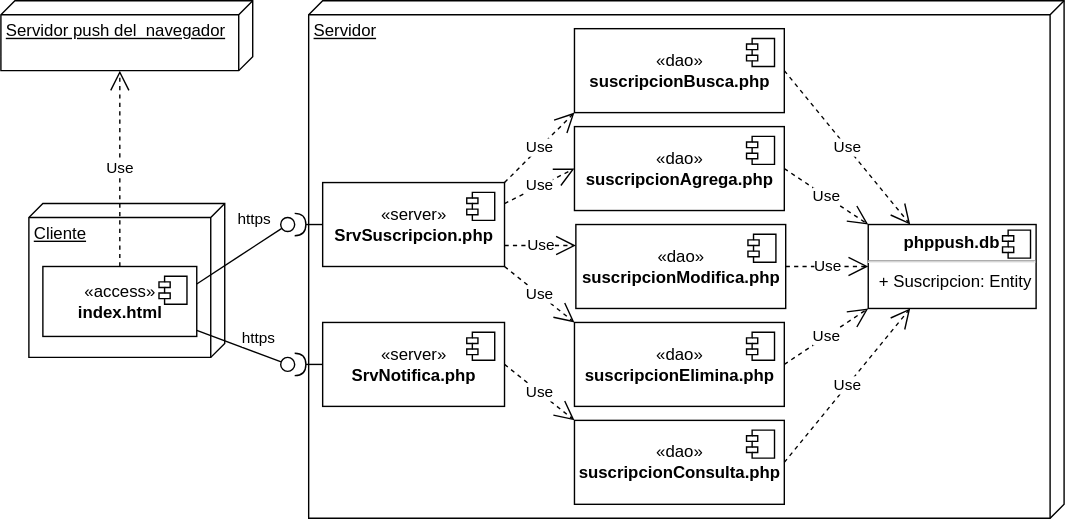
Earlier version of the draw.io export img/m10push/pushdistribucion.drawio.svg (gilpgdm/gilpgdm.github.io). Source tidied: cells renumbered, new cells last; positions are measured from the earlier drawing's top-left corner, leaving out a move shared by most shapes.
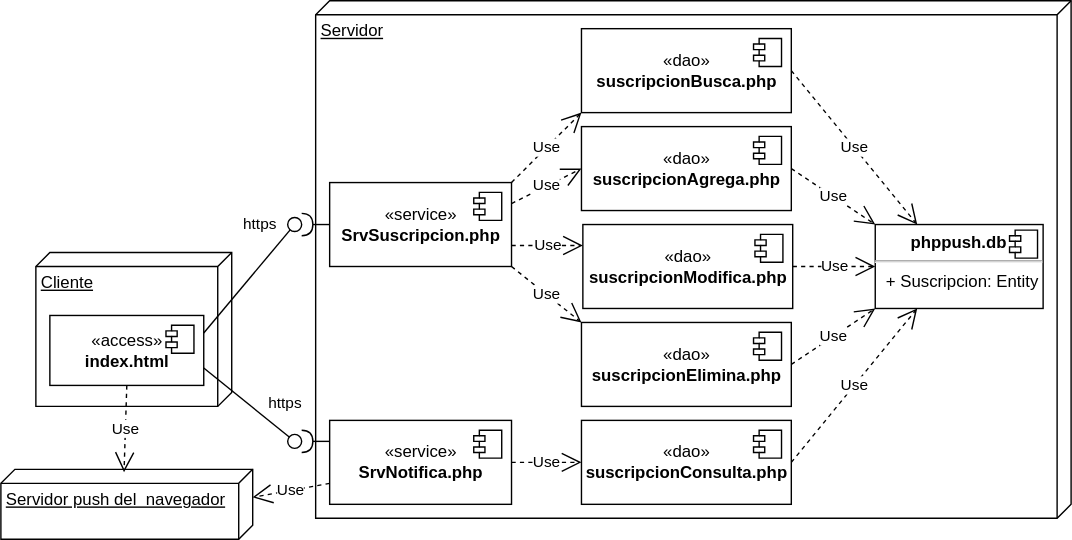
After the change.

The edit, as a diff of the source:
```diff
@@ -3,10 +3,10 @@
     <mxCell id="0" />
     <mxCell id="1" parent="0" />
     <mxCell id="2" value="Cliente" style="verticalAlign=top;align=left;spacingTop=8;spacingLeft=2;spacingRight=12;shape=cube;size=10;direction=south;fontStyle=4;html=1;" parent="1" vertex="1">
-      <mxGeometry x="20" y="145" width="140" height="110" as="geometry" />
+      <mxGeometry x="20" y="180" width="140" height="110" as="geometry" />
     </mxCell>
     <mxCell id="3" value="«access»&lt;br&gt;&lt;b&gt;index.html&lt;/b&gt;" style="html=1;" parent="1" vertex="1">
-      <mxGeometry x="30" y="190" width="110" height="50" as="geometry" />
+      <mxGeometry x="30" y="225" width="110" height="50" as="geometry" />
     </mxCell>
     <mxCell id="4" style="shape=module;jettyWidth=8;jettyHeight=4;" parent="3" vertex="1">
       <mxGeometry x="1" width="20" height="20" relative="1" as="geometry">
@@ -16,7 +16,7 @@
     <mxCell id="5" value="Servidor" style="verticalAlign=top;align=left;spacingTop=8;spacingLeft=2;spacingRight=12;shape=cube;size=10;direction=south;fontStyle=4;html=1;" parent="1" vertex="1">
       <mxGeometry x="220" width="540" height="370" as="geometry" />
     </mxCell>
-    <mxCell id="6" value="«server»&lt;br&gt;&lt;b&gt;SrvSuscripcion.php&lt;/b&gt;" style="html=1;" parent="1" vertex="1">
+    <mxCell id="6" value="«service»&lt;br&gt;&lt;b&gt;SrvSuscripcion.php&lt;/b&gt;" style="html=1;" parent="1" vertex="1">
       <mxGeometry x="230" y="130" width="130" height="60" as="geometry" />
     </mxCell>
     <mxCell id="7" style="shape=module;jettyWidth=8;jettyHeight=4;" parent="6" vertex="1">
@@ -24,8 +24,8 @@
         <mxPoint x="-27" y="7" as="offset" />
       </mxGeometry>
     </mxCell>
-    <mxCell id="8" value="«server»&lt;br&gt;&lt;b&gt;SrvNotifica.php&lt;/b&gt;" style="html=1;" parent="1" vertex="1">
-      <mxGeometry x="230" y="230" width="130" height="60" as="geometry" />
+    <mxCell id="8" value="«service»&lt;br&gt;&lt;b&gt;SrvNotifica.php&lt;/b&gt;" style="html=1;" parent="1" vertex="1">
+      <mxGeometry x="230" y="300" width="130" height="60" as="geometry" />
     </mxCell>
     <mxCell id="9" style="shape=module;jettyWidth=8;jettyHeight=4;" parent="8" vertex="1">
       <mxGeometry x="1" width="20" height="20" relative="1" as="geometry">
@@ -57,7 +57,7 @@
       </mxGeometry>
     </mxCell>
     <mxCell id="16" value="https" style="rounded=0;jettySize=auto;html=1;endArrow=none;endFill=0;sketch=0;sourcePerimeterSpacing=0;targetPerimeterSpacing=0;exitX=1;exitY=0.25;exitDx=0;exitDy=0;" parent="1" edge="1" source="3" target="18">
-      <mxGeometry x="0.65" y="16" relative="1" as="geometry" />
+      <mxGeometry x="0.77" y="19" relative="1" as="geometry" />
     </mxCell>
     <mxCell id="17" style="rounded=0;jettySize=auto;html=1;endArrow=halfCircle;endFill=0;endSize=6;strokeWidth=1;sketch=0;exitX=0;exitY=0.5;exitDx=0;exitDy=0;" parent="1" edge="1" source="6" target="18">
       <mxGeometry relative="1" as="geometry" />
@@ -65,16 +65,16 @@
     <mxCell id="18" style="ellipse;whiteSpace=wrap;html=1;align=center;points=[];outlineConnect=0;sketch=0;" parent="1" vertex="1">
       <mxGeometry x="200" y="155" width="10" height="10" as="geometry" />
     </mxCell>
-    <mxCell id="19" value="https" style="rounded=0;jettySize=auto;html=1;endArrow=none;endFill=0;sketch=0;sourcePerimeterSpacing=0;targetPerimeterSpacing=0;" parent="1" edge="1" source="3" target="21">
-      <mxGeometry x="0.33" y="10" relative="1" as="geometry" />
+    <mxCell id="19" value="https" style="rounded=0;jettySize=auto;html=1;endArrow=none;endFill=0;sketch=0;sourcePerimeterSpacing=0;targetPerimeterSpacing=0;exitX=1;exitY=0.75;exitDx=0;exitDy=0;" parent="1" edge="1" source="3" target="21">
+      <mxGeometry x="0.55" y="17" relative="1" as="geometry" />
     </mxCell>
-    <mxCell id="20" style="rounded=0;jettySize=auto;html=1;endArrow=halfCircle;endFill=0;endSize=6;strokeWidth=1;sketch=0;exitX=0;exitY=0.5;exitDx=0;exitDy=0;" parent="1" edge="1" source="8">
+    <mxCell id="20" style="rounded=0;jettySize=auto;html=1;endArrow=halfCircle;endFill=0;endSize=6;strokeWidth=1;sketch=0;exitX=0;exitY=0.25;exitDx=0;exitDy=0;" parent="1" edge="1" source="8">
       <mxGeometry relative="1" as="geometry">
-        <mxPoint x="210" y="260" as="targetPoint" />
+        <mxPoint x="210" y="315" as="targetPoint" />
       </mxGeometry>
     </mxCell>
     <mxCell id="21" style="ellipse;whiteSpace=wrap;html=1;align=center;points=[];outlineConnect=0;sketch=0;" parent="1" vertex="1">
-      <mxGeometry x="200" y="255" width="10" height="10" as="geometry" />
+      <mxGeometry x="200" y="310" width="10" height="10" as="geometry" />
     </mxCell>
     <mxCell id="22" value="Use" style="endArrow=open;endSize=12;dashed=1;html=1;rounded=0;entryX=0;entryY=0.5;entryDx=0;entryDy=0;exitX=1;exitY=0.25;exitDx=0;exitDy=0;" parent="1" edge="1" source="6" target="31">
       <mxGeometry relative="1" as="geometry" />
@@ -82,7 +82,7 @@
     <mxCell id="23" value="Use" style="endArrow=open;endSize=12;dashed=1;html=1;rounded=0;entryX=0;entryY=0;entryDx=0;entryDy=0;exitX=1;exitY=1;exitDx=0;exitDy=0;" parent="1" edge="1" source="6" target="12">
       <mxGeometry relative="1" as="geometry" />
     </mxCell>
-    <mxCell id="24" value="Use" style="endArrow=open;endSize=12;dashed=1;html=1;rounded=0;entryX=0;entryY=0;entryDx=0;entryDy=0;exitX=1;exitY=0.5;exitDx=0;exitDy=0;" parent="1" edge="1" source="8" target="14">
+    <mxCell id="24" value="Use" style="endArrow=open;endSize=12;dashed=1;html=1;rounded=0;entryX=0;entryY=0.5;entryDx=0;entryDy=0;exitX=1;exitY=0.5;exitDx=0;exitDy=0;" parent="1" edge="1" source="8" target="14">
       <mxGeometry relative="1" as="geometry" />
     </mxCell>
     <mxCell id="25" value="Use" style="endArrow=open;endSize=12;dashed=1;html=1;rounded=0;exitX=1;exitY=0.5;exitDx=0;exitDy=0;entryX=0;entryY=0.5;entryDx=0;entryDy=0;" parent="1" edge="1" source="10" target="28">
@@ -103,7 +103,7 @@
       </mxGeometry>
     </mxCell>
     <mxCell id="30" value="Servidor push del&amp;nbsp; navegador" style="verticalAlign=top;align=left;spacingTop=8;spacingLeft=2;spacingRight=12;shape=cube;size=10;direction=south;fontStyle=4;html=1;" parent="1" vertex="1">
-      <mxGeometry width="180" height="50" as="geometry" />
+      <mxGeometry x="-5" y="335" width="180" height="50" as="geometry" />
     </mxCell>
     <mxCell id="31" value="«dao»&lt;br&gt;&lt;b&gt;suscripcionAgrega.php&lt;/b&gt;" style="html=1;" parent="1" vertex="1">
       <mxGeometry x="410" y="90" width="150" height="60" as="geometry" />
@@ -133,8 +133,11 @@
     <mxCell id="38" value="Use" style="endArrow=open;endSize=12;dashed=1;html=1;rounded=0;entryX=0;entryY=0.25;entryDx=0;entryDy=0;exitX=1;exitY=0.75;exitDx=0;exitDy=0;" parent="1" edge="1" source="6" target="10">
       <mxGeometry relative="1" as="geometry" />
     </mxCell>
-    <mxCell id="39" value="Use" style="endArrow=open;endSize=12;dashed=1;html=1;rounded=0;exitX=0.5;exitY=0;exitDx=0;exitDy=0;entryX=0;entryY=0;entryDx=50;entryDy=95;entryPerimeter=0;" parent="1" edge="1" source="3" target="30">
+    <mxCell id="39" value="Use" style="endArrow=open;endSize=12;dashed=1;html=1;rounded=0;entryX=0.04;entryY=0.511;entryDx=0;entryDy=0;entryPerimeter=0;exitX=0.5;exitY=1;exitDx=0;exitDy=0;" parent="1" edge="1" source="3" target="30">
       <mxGeometry relative="1" as="geometry" />
     </mxCell>
+    <mxCell id="40" value="Use" style="endArrow=open;endSize=12;dashed=1;html=1;rounded=0;entryX=0;entryY=0;entryDx=20;entryDy=0;entryPerimeter=0;exitX=0;exitY=0.75;exitDx=0;exitDy=0;" parent="1" edge="1" source="8" target="30">
+      <mxGeometry relative="1" as="geometry" />
+    </mxCell>
   </root>
 </mxGraphModel>
```
